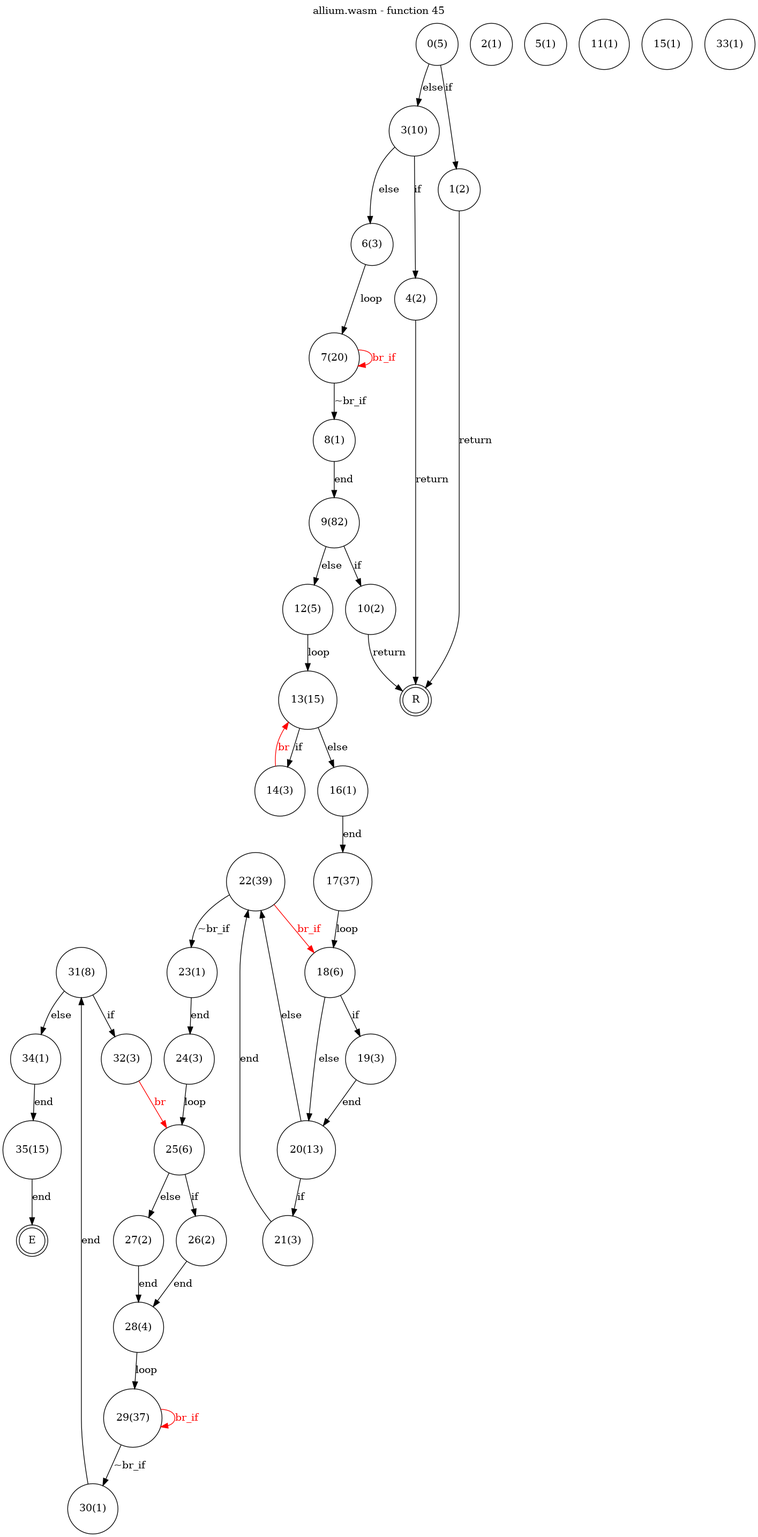
jsCarleton/wanalyze keeps this Graphviz diagram as test_cases/allium/funcs/allium-func45.png. Above is the earlier version. Its source is kept beside it as test_cases/allium/funcs/allium-func45.dot.
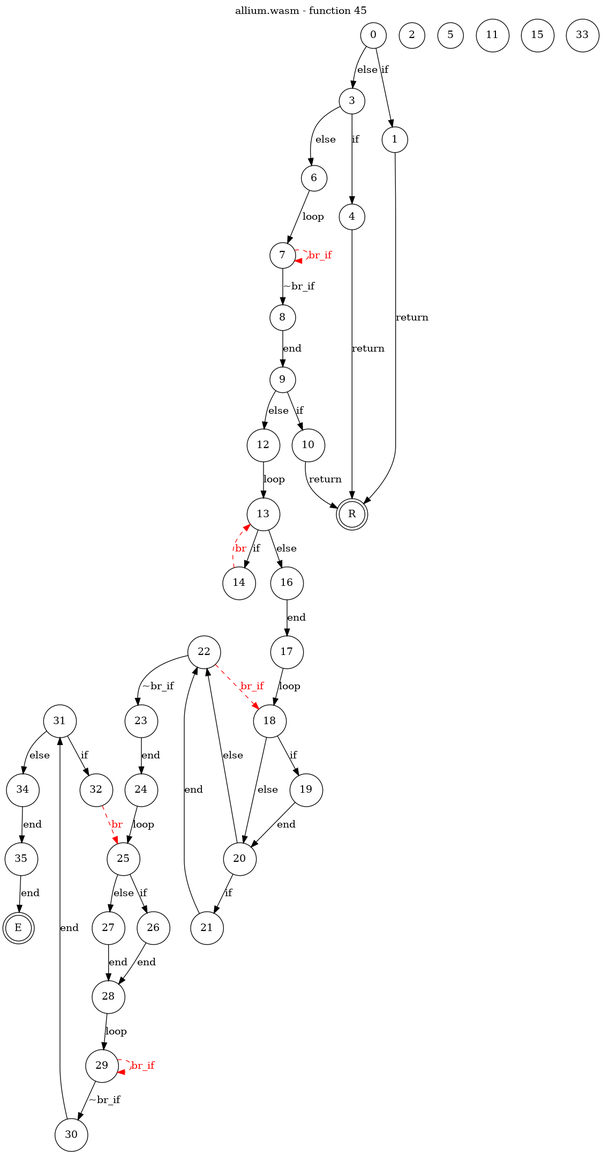
The same file after the commit.

The edit, as a diff of the source:
```diff
@@ -5,42 +5,42 @@
     labelfontcolor = black
     labelfontname = "Helvetica"
     node [shape = doublecircle]; E R ;
-node [shape=circle, fontcolor=black, style="", label="0(5)"]0
-node [shape=circle, fontcolor=black, style="", label="1(2)"]1
-node [shape=circle, fontcolor=black, style="", label="2(1)"]2
-node [shape=circle, fontcolor=black, style="", label="3(10)"]3
-node [shape=circle, fontcolor=black, style="", label="4(2)"]4
-node [shape=circle, fontcolor=black, style="", label="5(1)"]5
-node [shape=circle, fontcolor=black, style="", label="6(3)"]6
-node [shape=circle, fontcolor=black, style="", label="7(20)"]7
-node [shape=circle, fontcolor=black, style="", label="8(1)"]8
-node [shape=circle, fontcolor=black, style="", label="9(82)"]9
-node [shape=circle, fontcolor=black, style="", label="10(2)"]10
-node [shape=circle, fontcolor=black, style="", label="11(1)"]11
-node [shape=circle, fontcolor=black, style="", label="12(5)"]12
-node [shape=circle, fontcolor=black, style="", label="13(15)"]13
-node [shape=circle, fontcolor=black, style="", label="14(3)"]14
-node [shape=circle, fontcolor=black, style="", label="15(1)"]15
-node [shape=circle, fontcolor=black, style="", label="16(1)"]16
-node [shape=circle, fontcolor=black, style="", label="17(37)"]17
-node [shape=circle, fontcolor=black, style="", label="18(6)"]18
-node [shape=circle, fontcolor=black, style="", label="19(3)"]19
-node [shape=circle, fontcolor=black, style="", label="20(13)"]20
-node [shape=circle, fontcolor=black, style="", label="21(3)"]21
-node [shape=circle, fontcolor=black, style="", label="22(39)"]22
-node [shape=circle, fontcolor=black, style="", label="23(1)"]23
-node [shape=circle, fontcolor=black, style="", label="24(3)"]24
-node [shape=circle, fontcolor=black, style="", label="25(6)"]25
-node [shape=circle, fontcolor=black, style="", label="26(2)"]26
-node [shape=circle, fontcolor=black, style="", label="27(2)"]27
-node [shape=circle, fontcolor=black, style="", label="28(4)"]28
-node [shape=circle, fontcolor=black, style="", label="29(37)"]29
-node [shape=circle, fontcolor=black, style="", label="30(1)"]30
-node [shape=circle, fontcolor=black, style="", label="31(8)"]31
-node [shape=circle, fontcolor=black, style="", label="32(3)"]32
-node [shape=circle, fontcolor=black, style="", label="33(1)"]33
-node [shape=circle, fontcolor=black, style="", label="34(1)"]34
-node [shape=circle, fontcolor=black, style="", label="35(15)"]35
+node [shape=circle, fontcolor=black, style="", label="0"]0
+node [shape=circle, fontcolor=black, style="", label="1"]1
+node [shape=circle, fontcolor=black, style="", label="2"]2
+node [shape=circle, fontcolor=black, style="", label="3"]3
+node [shape=circle, fontcolor=black, style="", label="4"]4
+node [shape=circle, fontcolor=black, style="", label="5"]5
+node [shape=circle, fontcolor=black, style="", label="6"]6
+node [shape=circle, fontcolor=black, style="", label="7"]7
+node [shape=circle, fontcolor=black, style="", label="8"]8
+node [shape=circle, fontcolor=black, style="", label="9"]9
+node [shape=circle, fontcolor=black, style="", label="10"]10
+node [shape=circle, fontcolor=black, style="", label="11"]11
+node [shape=circle, fontcolor=black, style="", label="12"]12
+node [shape=circle, fontcolor=black, style="", label="13"]13
+node [shape=circle, fontcolor=black, style="", label="14"]14
+node [shape=circle, fontcolor=black, style="", label="15"]15
+node [shape=circle, fontcolor=black, style="", label="16"]16
+node [shape=circle, fontcolor=black, style="", label="17"]17
+node [shape=circle, fontcolor=black, style="", label="18"]18
+node [shape=circle, fontcolor=black, style="", label="19"]19
+node [shape=circle, fontcolor=black, style="", label="20"]20
+node [shape=circle, fontcolor=black, style="", label="21"]21
+node [shape=circle, fontcolor=black, style="", label="22"]22
+node [shape=circle, fontcolor=black, style="", label="23"]23
+node [shape=circle, fontcolor=black, style="", label="24"]24
+node [shape=circle, fontcolor=black, style="", label="25"]25
+node [shape=circle, fontcolor=black, style="", label="26"]26
+node [shape=circle, fontcolor=black, style="", label="27"]27
+node [shape=circle, fontcolor=black, style="", label="28"]28
+node [shape=circle, fontcolor=black, style="", label="29"]29
+node [shape=circle, fontcolor=black, style="", label="30"]30
+node [shape=circle, fontcolor=black, style="", label="31"]31
+node [shape=circle, fontcolor=black, style="", label="32"]32
+node [shape=circle, fontcolor=black, style="", label="33"]33
+node [shape=circle, fontcolor=black, style="", label="34"]34
+node [shape=circle, fontcolor=black, style="", label="35"]35
 node [shape=circle, fontcolor=black, style="", label="E"]E
 node [shape=circle, fontcolor=black, style="", label="R"]R
     0 -> 1[label="if"];
@@ -51,7 +51,7 @@
     4 -> R[label="return"];
     6 -> 7[label="loop"];
     7 -> 8[label="~br_if"];
-    7 -> 7[color="red" fontcolor="red" label="br_if"];
+    7 -> 7[style="dashed" color="red" fontcolor="red" label="br_if"];
     8 -> 9[label="end"];
     9 -> 10[label="if"];
     9 -> 12[label="else"];
@@ -59,7 +59,7 @@
     12 -> 13[label="loop"];
     13 -> 14[label="if"];
     13 -> 16[label="else"];
-    14 -> 13[color="red" fontcolor="red" label="br"];
+    14 -> 13[style="dashed" color="red" fontcolor="red" label="br"];
     16 -> 17[label="end"];
     17 -> 18[label="loop"];
     18 -> 19[label="if"];
@@ -69,7 +69,7 @@
     20 -> 22[label="else"];
     21 -> 22[label="end"];
     22 -> 23[label="~br_if"];
-    22 -> 18[color="red" fontcolor="red" label="br_if"];
+    22 -> 18[style="dashed" color="red" fontcolor="red" label="br_if"];
     23 -> 24[label="end"];
     24 -> 25[label="loop"];
     25 -> 26[label="if"];
@@ -78,11 +78,11 @@
     27 -> 28[label="end"];
     28 -> 29[label="loop"];
     29 -> 30[label="~br_if"];
-    29 -> 29[color="red" fontcolor="red" label="br_if"];
+    29 -> 29[style="dashed" color="red" fontcolor="red" label="br_if"];
     30 -> 31[label="end"];
     31 -> 32[label="if"];
     31 -> 34[label="else"];
-    32 -> 25[color="red" fontcolor="red" label="br"];
+    32 -> 25[style="dashed" color="red" fontcolor="red" label="br"];
     34 -> 35[label="end"];
     35 -> E[label="end"];
 }
```
